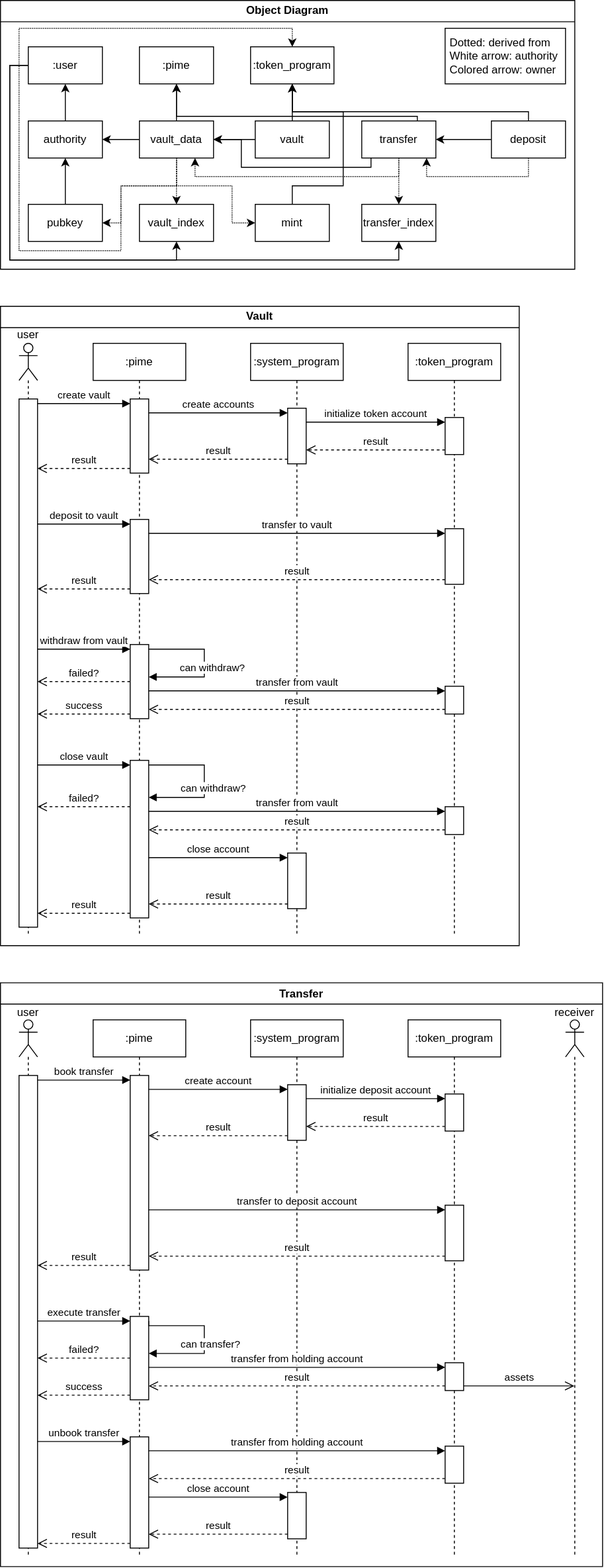
This is figures/arch-diagram.svg from CarlTornberg/Pime, a draw.io export, as it was before one commit. Source tidied: cells renumbered, new cells last; positions are measured from the earlier drawing's top-left corner, leaving out a move shared by most shapes.
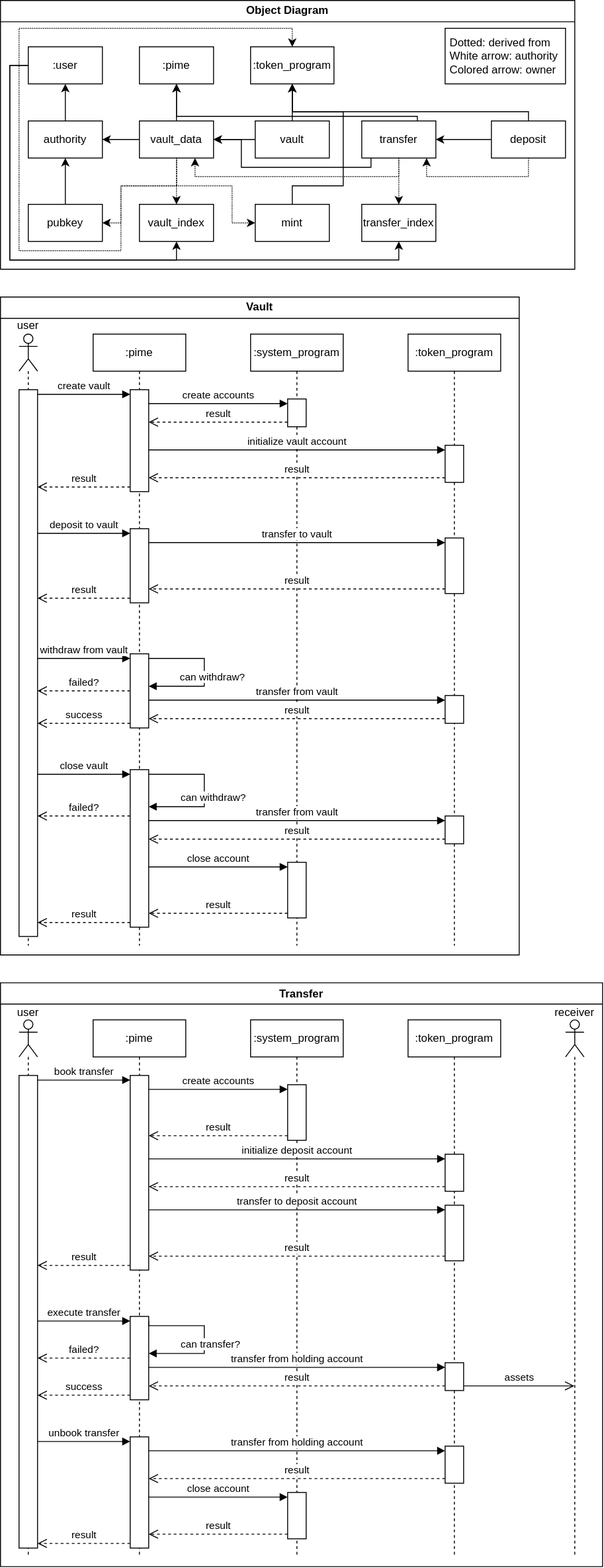
After the commit.

Commit message:
Updated incorrect calls

The edit, as a diff of the source:
```diff
@@ -3,53 +3,53 @@
     <mxCell id="0" />
     <mxCell id="1" parent="0" />
     <mxCell id="2" value="Vault" style="swimlane;whiteSpace=wrap;html=1;" parent="1" vertex="1">
-      <mxGeometry y="330" width="560" height="690" as="geometry" />
+      <mxGeometry y="320" width="560" height="710" as="geometry" />
     </mxCell>
     <mxCell id="3" style="shape=umlLifeline;perimeter=lifelinePerimeter;whiteSpace=wrap;html=1;newEdgeStyle={&quot;curved&quot;:0,&quot;rounded&quot;:0};participant=umlActor;" parent="2" vertex="1">
-      <mxGeometry x="20" y="40" width="20" height="640" as="geometry" />
+      <mxGeometry x="20" y="40" width="20" height="660" as="geometry" />
     </mxCell>
     <mxCell id="4" style="html=1;points=[[0,0,0,0,5],[0,1,0,0,-5],[1,0,0,0,5],[1,1,0,0,-5]];perimeter=orthogonalPerimeter;outlineConnect=0;targetShapes=umlLifeline;portConstraint=eastwest;newEdgeStyle={&quot;curved&quot;:0,&quot;rounded&quot;:0};" parent="3" vertex="1">
-      <mxGeometry y="60" width="20" height="570" as="geometry" />
+      <mxGeometry y="60" width="20" height="590" as="geometry" />
     </mxCell>
     <mxCell id="5" value=":pime" style="shape=umlLifeline;perimeter=lifelinePerimeter;whiteSpace=wrap;html=1;newEdgeStyle={&quot;curved&quot;:0,&quot;rounded&quot;:0};" parent="2" vertex="1">
-      <mxGeometry x="100" y="40" width="100" height="640" as="geometry" />
+      <mxGeometry x="100" y="40" width="100" height="660" as="geometry" />
     </mxCell>
     <mxCell id="6" style="html=1;points=[[0,0,0,0,5],[0,1,0,0,-5],[1,0,0,0,5],[1,1,0,0,-5]];perimeter=orthogonalPerimeter;outlineConnect=0;targetShapes=umlLifeline;portConstraint=eastwest;newEdgeStyle={&quot;curved&quot;:0,&quot;rounded&quot;:0};" parent="5" vertex="1">
-      <mxGeometry x="40" y="60" width="20" height="80" as="geometry" />
+      <mxGeometry x="40" y="60" width="20" height="110" as="geometry" />
     </mxCell>
     <mxCell id="7" style="html=1;points=[[0,0,0,0,5],[0,1,0,0,-5],[1,0,0,0,5],[1,1,0,0,-5]];perimeter=orthogonalPerimeter;outlineConnect=0;targetShapes=umlLifeline;portConstraint=eastwest;newEdgeStyle={&quot;curved&quot;:0,&quot;rounded&quot;:0};" parent="5" vertex="1">
-      <mxGeometry x="40" y="190" width="20" height="80" as="geometry" />
+      <mxGeometry x="40" y="210" width="20" height="80" as="geometry" />
     </mxCell>
     <mxCell id="8" style="html=1;points=[[0,0,0,0,5],[0,1,0,0,-5],[1,0,0,0,5],[1,1,0,0,-5]];perimeter=orthogonalPerimeter;outlineConnect=0;targetShapes=umlLifeline;portConstraint=eastwest;newEdgeStyle={&quot;curved&quot;:0,&quot;rounded&quot;:0};" parent="5" vertex="1">
-      <mxGeometry x="40" y="325" width="20" height="80" as="geometry" />
+      <mxGeometry x="40" y="345" width="20" height="80" as="geometry" />
     </mxCell>
     <mxCell id="9" value="can withdraw?" style="html=1;align=left;spacingLeft=2;endArrow=block;rounded=0;edgeStyle=orthogonalEdgeStyle;curved=0;rounded=0;exitX=1;exitY=0;exitDx=0;exitDy=5;exitPerimeter=0;" parent="5" edge="1" source="8" target="8">
       <mxGeometry x="0.6" y="-10" relative="1" as="geometry">
         <Array as="points">
-          <mxPoint x="120" y="330" />
-          <mxPoint x="120" y="360" />
+          <mxPoint x="120" y="350" />
+          <mxPoint x="120" y="380" />
         </Array>
       </mxGeometry>
     </mxCell>
     <mxCell id="10" style="html=1;points=[[0,0,0,0,5],[0,1,0,0,-5],[1,0,0,0,5],[1,1,0,0,-5]];perimeter=orthogonalPerimeter;outlineConnect=0;targetShapes=umlLifeline;portConstraint=eastwest;newEdgeStyle={&quot;curved&quot;:0,&quot;rounded&quot;:0};" parent="5" vertex="1">
-      <mxGeometry x="40" y="450" width="20" height="170" as="geometry" />
+      <mxGeometry x="40" y="470" width="20" height="170" as="geometry" />
     </mxCell>
     <mxCell id="11" value="can withdraw?" style="html=1;align=left;spacingLeft=2;endArrow=block;rounded=0;edgeStyle=orthogonalEdgeStyle;curved=0;rounded=0;exitX=1;exitY=0;exitDx=0;exitDy=5;exitPerimeter=0;" parent="5" edge="1" source="10" target="10">
       <mxGeometry x="0.6" y="-10" relative="1" as="geometry">
         <Array as="points">
-          <mxPoint x="120" y="455" />
-          <mxPoint x="120" y="490" />
+          <mxPoint x="120" y="475" />
+          <mxPoint x="120" y="510" />
         </Array>
       </mxGeometry>
     </mxCell>
     <mxCell id="12" value=":system_program" style="shape=umlLifeline;perimeter=lifelinePerimeter;whiteSpace=wrap;html=1;newEdgeStyle={&quot;curved&quot;:0,&quot;rounded&quot;:0};" parent="2" vertex="1">
-      <mxGeometry x="270" y="40" width="100" height="640" as="geometry" />
+      <mxGeometry x="270" y="40" width="100" height="660" as="geometry" />
     </mxCell>
     <mxCell id="13" style="html=1;points=[[0,0,0,0,5],[0,1,0,0,-5],[1,0,0,0,5],[1,1,0,0,-5]];perimeter=orthogonalPerimeter;outlineConnect=0;targetShapes=umlLifeline;portConstraint=eastwest;newEdgeStyle={&quot;curved&quot;:0,&quot;rounded&quot;:0};" parent="12" vertex="1">
-      <mxGeometry x="40" y="70" width="20" height="60" as="geometry" />
+      <mxGeometry x="40" y="70" width="20" height="30" as="geometry" />
     </mxCell>
     <mxCell id="14" style="html=1;points=[[0,0,0,0,5],[0,1,0,0,-5],[1,0,0,0,5],[1,1,0,0,-5]];perimeter=orthogonalPerimeter;outlineConnect=0;targetShapes=umlLifeline;portConstraint=eastwest;newEdgeStyle={&quot;curved&quot;:0,&quot;rounded&quot;:0};" parent="12" vertex="1">
-      <mxGeometry x="40" y="550" width="20" height="60" as="geometry" />
+      <mxGeometry x="40" y="570" width="20" height="60" as="geometry" />
     </mxCell>
     <mxCell id="15" value="create vault" style="html=1;verticalAlign=bottom;endArrow=block;curved=0;rounded=0;entryX=0;entryY=0;entryDx=0;entryDy=5;" parent="2" edge="1" source="4" target="6">
       <mxGeometry relative="1" as="geometry" />
@@ -63,11 +63,15 @@
     <mxCell id="18" value="result" style="html=1;verticalAlign=bottom;endArrow=open;dashed=1;endSize=8;curved=0;rounded=0;exitX=0;exitY=1;exitDx=0;exitDy=-5;exitPerimeter=0;" parent="2" edge="1" source="13" target="6">
       <mxGeometry relative="1" as="geometry" />
     </mxCell>
-    <mxCell id="19" value="deposit to vault" style="html=1;verticalAlign=bottom;endArrow=block;curved=0;rounded=0;entryX=0;entryY=0;entryDx=0;entryDy=5;entryPerimeter=0;" parent="2" edge="1" source="4" target="7">
-      <mxGeometry relative="1" as="geometry" />
+    <mxCell id="19" value="deposit to vault" style="html=1;verticalAlign=bottom;endArrow=block;curved=0;rounded=0;entryX=0;entryY=0;entryDx=0;entryDy=5;entryPerimeter=0;" parent="2" edge="1" target="7">
+      <mxGeometry relative="1" as="geometry">
+        <mxPoint x="40" y="255" as="sourcePoint" />
+      </mxGeometry>
     </mxCell>
-    <mxCell id="20" value="result" style="html=1;verticalAlign=bottom;endArrow=open;dashed=1;endSize=8;curved=0;rounded=0;exitX=0;exitY=1;exitDx=0;exitDy=-5;exitPerimeter=0;" parent="2" edge="1" source="7" target="4">
-      <mxGeometry relative="1" as="geometry" />
+    <mxCell id="20" value="result" style="html=1;verticalAlign=bottom;endArrow=open;dashed=1;endSize=8;curved=0;rounded=0;exitX=0;exitY=1;exitDx=0;exitDy=-5;exitPerimeter=0;" parent="2" edge="1" source="7">
+      <mxGeometry relative="1" as="geometry">
+        <mxPoint x="40" y="325" as="targetPoint" />
+      </mxGeometry>
     </mxCell>
     <mxCell id="21" value="transfer to vault" style="html=1;verticalAlign=bottom;endArrow=block;curved=0;rounded=0;entryX=0;entryY=0;entryDx=0;entryDy=5;entryPerimeter=0;" parent="2" edge="1" source="7" target="37">
       <mxGeometry relative="1" as="geometry" />
@@ -75,14 +79,20 @@
     <mxCell id="22" value="result" style="html=1;verticalAlign=bottom;endArrow=open;dashed=1;endSize=8;curved=0;rounded=0;exitX=0;exitY=1;exitDx=0;exitDy=-5;exitPerimeter=0;" parent="2" edge="1" source="37" target="7">
       <mxGeometry relative="1" as="geometry" />
     </mxCell>
-    <mxCell id="23" value="withdraw from vault" style="html=1;verticalAlign=bottom;endArrow=block;curved=0;rounded=0;entryX=0;entryY=0;entryDx=0;entryDy=5;entryPerimeter=0;" parent="2" edge="1" source="4" target="8">
-      <mxGeometry relative="1" as="geometry" />
+    <mxCell id="23" value="withdraw from vault" style="html=1;verticalAlign=bottom;endArrow=block;curved=0;rounded=0;entryX=0;entryY=0;entryDx=0;entryDy=5;entryPerimeter=0;" parent="2" edge="1" target="8">
+      <mxGeometry relative="1" as="geometry">
+        <mxPoint x="40" y="390" as="sourcePoint" />
+      </mxGeometry>
     </mxCell>
-    <mxCell id="24" value="success" style="html=1;verticalAlign=bottom;endArrow=open;dashed=1;endSize=8;curved=0;rounded=0;exitX=0;exitY=1;exitDx=0;exitDy=-5;exitPerimeter=0;" parent="2" edge="1" source="8" target="4">
-      <mxGeometry relative="1" as="geometry" />
+    <mxCell id="24" value="success" style="html=1;verticalAlign=bottom;endArrow=open;dashed=1;endSize=8;curved=0;rounded=0;exitX=0;exitY=1;exitDx=0;exitDy=-5;exitPerimeter=0;" parent="2" edge="1" source="8">
+      <mxGeometry relative="1" as="geometry">
+        <mxPoint x="40" y="460" as="targetPoint" />
+      </mxGeometry>
     </mxCell>
-    <mxCell id="25" value="failed?" style="html=1;verticalAlign=bottom;endArrow=open;dashed=1;endSize=8;curved=0;rounded=0;" parent="2" edge="1" source="8" target="4">
-      <mxGeometry relative="1" as="geometry" />
+    <mxCell id="25" value="failed?" style="html=1;verticalAlign=bottom;endArrow=open;dashed=1;endSize=8;curved=0;rounded=0;" parent="2" edge="1" source="8">
+      <mxGeometry relative="1" as="geometry">
+        <mxPoint x="40" y="425" as="targetPoint" />
+      </mxGeometry>
     </mxCell>
     <mxCell id="26" value="transfer from vault" style="html=1;verticalAlign=bottom;endArrow=block;curved=0;rounded=0;entryX=0;entryY=0;entryDx=0;entryDy=5;entryPerimeter=0;" parent="2" edge="1" source="8" target="38">
       <mxGeometry relative="1" as="geometry" />
@@ -90,13 +100,16 @@
     <mxCell id="27" value="result" style="html=1;verticalAlign=bottom;endArrow=open;dashed=1;endSize=8;curved=0;rounded=0;exitX=0;exitY=1;exitDx=0;exitDy=-5;exitPerimeter=0;" parent="2" edge="1" source="38" target="8">
       <mxGeometry relative="1" as="geometry" />
     </mxCell>
-    <mxCell id="28" value="close vault" style="html=1;verticalAlign=bottom;endArrow=block;curved=0;rounded=0;entryX=0;entryY=0;entryDx=0;entryDy=5;entryPerimeter=0;" parent="2" edge="1" source="4" target="10">
-      <mxGeometry relative="1" as="geometry" />
+    <mxCell id="28" value="close vault" style="html=1;verticalAlign=bottom;endArrow=block;curved=0;rounded=0;entryX=0;entryY=0;entryDx=0;entryDy=5;entryPerimeter=0;" parent="2" edge="1" target="10">
+      <mxGeometry relative="1" as="geometry">
+        <mxPoint x="40" y="515" as="sourcePoint" />
+      </mxGeometry>
     </mxCell>
-    <mxCell id="29" value="failed?" style="html=1;verticalAlign=bottom;endArrow=open;dashed=1;endSize=8;curved=0;rounded=0;" parent="2" edge="1" source="10" target="4">
+    <mxCell id="29" value="failed?" style="html=1;verticalAlign=bottom;endArrow=open;dashed=1;endSize=8;curved=0;rounded=0;" parent="2" edge="1" source="10">
       <mxGeometry relative="1" as="geometry">
+        <mxPoint x="40" y="560" as="targetPoint" />
         <Array as="points">
-          <mxPoint x="90" y="540" />
+          <mxPoint x="90" y="560" />
         </Array>
       </mxGeometry>
     </mxCell>
@@ -112,31 +125,33 @@
     <mxCell id="33" value="result" style="html=1;verticalAlign=bottom;endArrow=open;dashed=1;endSize=8;curved=0;rounded=0;exitX=0;exitY=1;exitDx=0;exitDy=-5;exitPerimeter=0;" parent="2" edge="1" source="14" target="10">
       <mxGeometry relative="1" as="geometry" />
     </mxCell>
-    <mxCell id="34" value="result" style="html=1;verticalAlign=bottom;endArrow=open;dashed=1;endSize=8;curved=0;rounded=0;exitX=0;exitY=1;exitDx=0;exitDy=-5;exitPerimeter=0;" parent="2" edge="1" source="10" target="4">
-      <mxGeometry relative="1" as="geometry" />
+    <mxCell id="34" value="result" style="html=1;verticalAlign=bottom;endArrow=open;dashed=1;endSize=8;curved=0;rounded=0;exitX=0;exitY=1;exitDx=0;exitDy=-5;exitPerimeter=0;" parent="2" edge="1" source="10">
+      <mxGeometry relative="1" as="geometry">
+        <mxPoint x="40" y="675" as="targetPoint" />
+      </mxGeometry>
     </mxCell>
     <mxCell id="35" value="user" style="text;html=1;whiteSpace=wrap;strokeColor=none;fillColor=none;align=center;verticalAlign=middle;rounded=0;" parent="2" vertex="1">
       <mxGeometry x="10" y="26" width="40" height="10" as="geometry" />
     </mxCell>
     <mxCell id="36" value=":token_program" style="shape=umlLifeline;perimeter=lifelinePerimeter;whiteSpace=wrap;html=1;newEdgeStyle={&quot;curved&quot;:0,&quot;rounded&quot;:0};" parent="2" vertex="1">
-      <mxGeometry x="440" y="40" width="100" height="640" as="geometry" />
+      <mxGeometry x="440" y="40" width="100" height="660" as="geometry" />
     </mxCell>
     <mxCell id="37" style="html=1;points=[[0,0,0,0,5],[0,1,0,0,-5],[1,0,0,0,5],[1,1,0,0,-5]];perimeter=orthogonalPerimeter;outlineConnect=0;targetShapes=umlLifeline;portConstraint=eastwest;newEdgeStyle={&quot;curved&quot;:0,&quot;rounded&quot;:0};" parent="36" vertex="1">
-      <mxGeometry x="40" y="200" width="20" height="60" as="geometry" />
+      <mxGeometry x="40" y="220" width="20" height="60" as="geometry" />
     </mxCell>
     <mxCell id="38" style="html=1;points=[[0,0,0,0,5],[0,1,0,0,-5],[1,0,0,0,5],[1,1,0,0,-5]];perimeter=orthogonalPerimeter;outlineConnect=0;targetShapes=umlLifeline;portConstraint=eastwest;newEdgeStyle={&quot;curved&quot;:0,&quot;rounded&quot;:0};" parent="36" vertex="1">
-      <mxGeometry x="40" y="370" width="20" height="30" as="geometry" />
+      <mxGeometry x="40" y="390" width="20" height="30" as="geometry" />
     </mxCell>
     <mxCell id="39" style="html=1;points=[[0,0,0,0,5],[0,1,0,0,-5],[1,0,0,0,5],[1,1,0,0,-5]];perimeter=orthogonalPerimeter;outlineConnect=0;targetShapes=umlLifeline;portConstraint=eastwest;newEdgeStyle={&quot;curved&quot;:0,&quot;rounded&quot;:0};" parent="36" vertex="1">
-      <mxGeometry x="40" y="500" width="20" height="30" as="geometry" />
+      <mxGeometry x="40" y="520" width="20" height="30" as="geometry" />
     </mxCell>
     <mxCell id="40" style="html=1;points=[[0,0,0,0,5],[0,1,0,0,-5],[1,0,0,0,5],[1,1,0,0,-5]];perimeter=orthogonalPerimeter;outlineConnect=0;targetShapes=umlLifeline;portConstraint=eastwest;newEdgeStyle={&quot;curved&quot;:0,&quot;rounded&quot;:0};" parent="36" vertex="1">
-      <mxGeometry x="40" y="80" width="20" height="40" as="geometry" />
+      <mxGeometry x="40" y="120" width="20" height="40" as="geometry" />
     </mxCell>
-    <mxCell id="41" value="initialize token account" style="html=1;verticalAlign=bottom;endArrow=block;curved=0;rounded=0;entryX=0;entryY=0;entryDx=0;entryDy=5;entryPerimeter=0;" parent="2" edge="1" source="13" target="40">
+    <mxCell id="41" value="initialize vault account" style="html=1;verticalAlign=bottom;endArrow=block;curved=0;rounded=0;entryX=0;entryY=0;entryDx=0;entryDy=5;entryPerimeter=0;" parent="2" edge="1" source="6" target="40">
       <mxGeometry relative="1" as="geometry" />
     </mxCell>
-    <mxCell id="42" value="result" style="html=1;verticalAlign=bottom;endArrow=open;dashed=1;endSize=8;curved=0;rounded=0;exitX=0;exitY=1;exitDx=0;exitDy=-5;exitPerimeter=0;" parent="2" edge="1" source="40" target="13">
+    <mxCell id="42" value="result" style="html=1;verticalAlign=bottom;endArrow=open;dashed=1;endSize=8;curved=0;rounded=0;exitX=0;exitY=1;exitDx=0;exitDy=-5;exitPerimeter=0;" parent="2" edge="1" source="40" target="6">
       <mxGeometry relative="1" as="geometry" />
     </mxCell>
     <mxCell id="43" value="Transfer" style="swimlane;whiteSpace=wrap;html=1;" parent="1" vertex="1">
@@ -183,27 +198,23 @@
     <mxCell id="55" value="result" style="html=1;verticalAlign=bottom;endArrow=open;dashed=1;endSize=8;curved=0;rounded=0;exitX=0;exitY=1;exitDx=0;exitDy=-5;" parent="43" edge="1" source="47" target="45">
       <mxGeometry relative="1" as="geometry" />
     </mxCell>
-    <mxCell id="56" value="create account" style="html=1;verticalAlign=bottom;endArrow=block;curved=0;rounded=0;entryX=0;entryY=0;entryDx=0;entryDy=5;entryPerimeter=0;" parent="43" edge="1" source="47" target="52">
+    <mxCell id="56" value="create accounts" style="html=1;verticalAlign=bottom;endArrow=block;curved=0;rounded=0;entryX=0;entryY=0;entryDx=0;entryDy=5;entryPerimeter=0;" parent="43" edge="1" source="47" target="52">
       <mxGeometry relative="1" as="geometry" />
     </mxCell>
     <mxCell id="57" value="result" style="html=1;verticalAlign=bottom;endArrow=open;dashed=1;endSize=8;curved=0;rounded=0;exitX=0;exitY=1;exitDx=0;exitDy=-5;exitPerimeter=0;" parent="43" edge="1" source="52" target="47">
       <mxGeometry relative="1" as="geometry" />
     </mxCell>
-    <mxCell id="58" value="initialize deposit account" style="html=1;verticalAlign=bottom;endArrow=block;curved=0;rounded=0;entryX=0;entryY=0;entryDx=0;entryDy=5;entryPerimeter=0;" parent="43" edge="1" source="52" target="81">
+    <mxCell id="58" value="initialize deposit account" style="html=1;verticalAlign=bottom;endArrow=block;curved=0;rounded=0;entryX=0;entryY=0;entryDx=0;entryDy=5;entryPerimeter=0;" parent="43" edge="1" source="47" target="81">
       <mxGeometry relative="1" as="geometry" />
     </mxCell>
-    <mxCell id="59" value="result" style="html=1;verticalAlign=bottom;endArrow=open;dashed=1;endSize=8;curved=0;rounded=0;exitX=0;exitY=1;exitDx=0;exitDy=-5;exitPerimeter=0;" parent="43" edge="1" source="81" target="52">
+    <mxCell id="59" value="result" style="html=1;verticalAlign=bottom;endArrow=open;dashed=1;endSize=8;curved=0;rounded=0;exitX=0;exitY=1;exitDx=0;exitDy=-5;exitPerimeter=0;" parent="43" edge="1" source="81" target="47">
       <mxGeometry relative="1" as="geometry" />
     </mxCell>
-    <mxCell id="60" value="transfer to deposit account" style="html=1;verticalAlign=bottom;endArrow=block;curved=0;rounded=0;" parent="43" edge="1" target="78">
-      <mxGeometry relative="1" as="geometry">
-        <mxPoint x="160" y="245" as="sourcePoint" />
-      </mxGeometry>
+    <mxCell id="60" value="transfer to deposit account" style="html=1;verticalAlign=bottom;endArrow=block;curved=0;rounded=0;entryX=0;entryY=0;entryDx=0;entryDy=5;entryPerimeter=0;" parent="43" edge="1" source="47" target="78">
+      <mxGeometry relative="1" as="geometry" />
     </mxCell>
-    <mxCell id="61" value="result" style="html=1;verticalAlign=bottom;endArrow=open;dashed=1;endSize=8;curved=0;rounded=0;exitX=0;exitY=1;exitDx=0;exitDy=-5;exitPerimeter=0;" parent="43" edge="1" source="78">
-      <mxGeometry relative="1" as="geometry">
-        <mxPoint x="160" y="295" as="targetPoint" />
-      </mxGeometry>
+    <mxCell id="61" value="result" style="html=1;verticalAlign=bottom;endArrow=open;dashed=1;endSize=8;curved=0;rounded=0;exitX=0;exitY=1;exitDx=0;exitDy=-5;exitPerimeter=0;" parent="43" edge="1" source="78" target="47">
+      <mxGeometry relative="1" as="geometry" />
     </mxCell>
     <mxCell id="62" value="execute transfer" style="html=1;verticalAlign=bottom;endArrow=block;curved=0;rounded=0;entryX=0;entryY=0;entryDx=0;entryDy=5;entryPerimeter=0;" parent="43" edge="1" source="45" target="48">
       <mxGeometry relative="1" as="geometry" />
@@ -263,7 +274,7 @@
       <mxGeometry x="40" y="460" width="20" height="40" as="geometry" />
     </mxCell>
     <mxCell id="81" style="html=1;points=[[0,0,0,0,5],[0,1,0,0,-5],[1,0,0,0,5],[1,1,0,0,-5]];perimeter=orthogonalPerimeter;outlineConnect=0;targetShapes=umlLifeline;portConstraint=eastwest;newEdgeStyle={&quot;curved&quot;:0,&quot;rounded&quot;:0};" parent="77" vertex="1">
-      <mxGeometry x="40" y="80" width="20" height="40" as="geometry" />
+      <mxGeometry x="40" y="145" width="20" height="40" as="geometry" />
     </mxCell>
     <mxCell id="82" value="Object Diagram" style="swimlane;whiteSpace=wrap;html=1;" parent="1" vertex="1">
       <mxGeometry width="620" height="290" as="geometry" />
```
